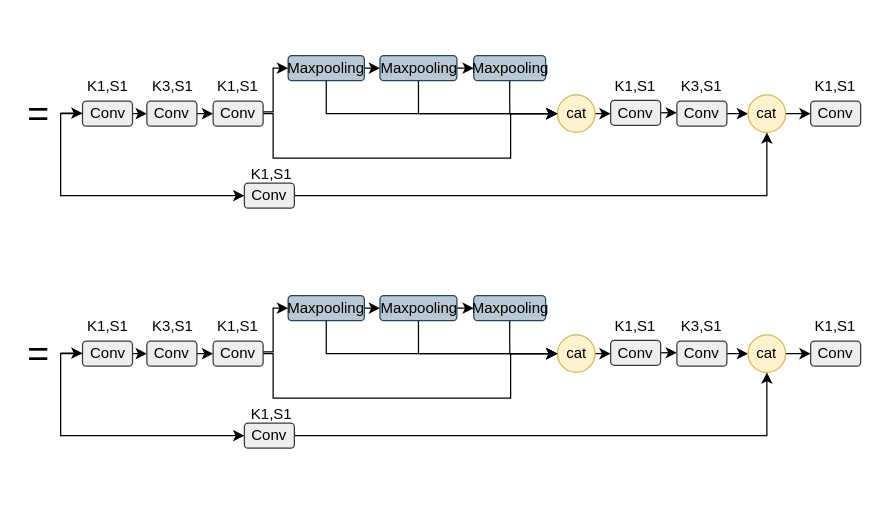
Earlier version of the draw.io diagram SPPFCSPC_SPPCSPC.drawio (YANGJUNYAN0715/papers). Source tidied: cells renumbered, new cells numbered last; positions are measured from the earlier drawing's top-left corner, leaving out a move shared by most shapes. Both pictures are drawn from the tidied source at 125%, with x=0, y=0 at pixel (21, 55).
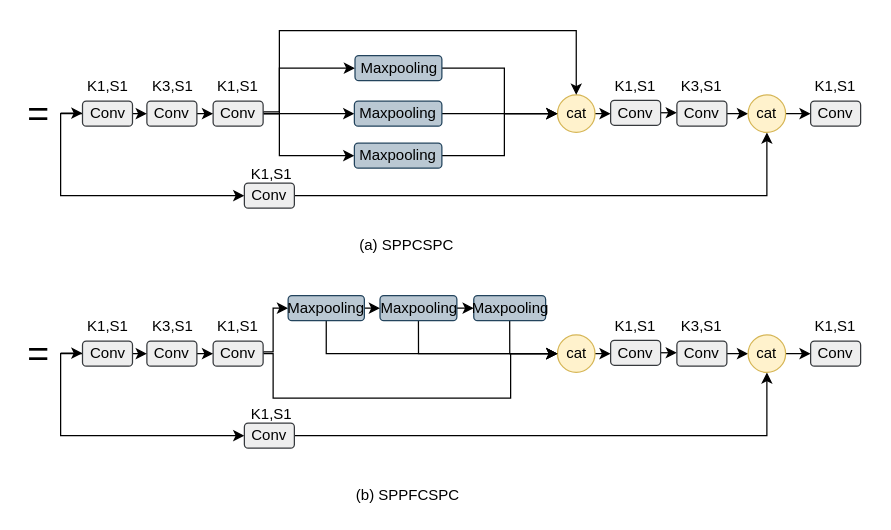
Above is the later version.

Unchanged cells that the change refers to:
```xml
<mxCell id="7" value="cat" style="ellipse;whiteSpace=wrap;html=1;rounded=1;fillColor=#fff2cc;strokeColor=#d6b656;" parent="1" vertex="1">
  <mxGeometry x="428.5" y="31.4" width="30" height="30" as="geometry" />
</mxCell>
<mxCell id="12" value="Conv" style="rounded=1;whiteSpace=wrap;html=1;fillColor=#eeeeee;strokeColor=#36393d;" parent="1" vertex="1">
  <mxGeometry x="153" y="36.4" width="40" height="20" as="geometry" />
</mxCell>
```

The edit, as a diff of the source:
```diff
@@
-    <mxCell id="8" style="edgeStyle=orthogonalEdgeStyle;rounded=0;jettySize=auto;html=1;exitX=0.5;exitY=1;exitDx=0;exitDy=0;entryX=0;entryY=0.5;entryDx=0;entryDy=0;" parent="1" edge="1" source="17" target="7">
+    <mxCell id="8" style="edgeStyle=orthogonalEdgeStyle;rounded=0;jettySize=auto;html=1;exitX=1;exitY=0.5;exitDx=0;exitDy=0;entryX=0;entryY=0.5;entryDx=0;entryDy=0;" parent="1" edge="1" source="17" target="7">
       <mxGeometry relative="1" as="geometry">
         <Array as="points">
-          <mxPoint x="390" y="46" />
+          <mxPoint x="386" y="80" />
+          <mxPoint x="386" y="46" />
         </Array>
       </mxGeometry>
     </mxCell>
@@
     <mxCell id="10" style="edgeStyle=orthogonalEdgeStyle;rounded=0;jettySize=auto;html=1;exitX=1;exitY=0.5;exitDx=0;exitDy=0;entryX=0;entryY=0.5;entryDx=0;entryDy=0;" parent="1" edge="1" source="12" target="23">
       <mxGeometry relative="1" as="geometry">
         <Array as="points">
           <mxPoint x="193" y="45" />
-          <mxPoint x="201" y="45" />
-          <mxPoint x="201" y="10" />
+          <mxPoint x="206" y="45" />
+          <mxPoint x="206" y="10" />
         </Array>
       </mxGeometry>
     </mxCell>
+    <mxCell id="74" style="edgeStyle=orthogonalEdgeStyle;rounded=0;jettySize=auto;html=1;exitX=1;exitY=0.5;exitDx=0;exitDy=0;entryX=0;entryY=0.5;entryDx=0;entryDy=0;" parent="1" edge="1" source="12" target="20">
+      <mxGeometry relative="1" as="geometry" />
+    </mxCell>
+    <mxCell id="75" style="edgeStyle=orthogonalEdgeStyle;rounded=0;jettySize=auto;html=1;exitX=1;exitY=0.5;exitDx=0;exitDy=0;entryX=0;entryY=0.5;entryDx=0;entryDy=0;" parent="1" edge="1" source="12" target="17">
+      <mxGeometry relative="1" as="geometry">
+        <Array as="points">
+          <mxPoint x="206" y="46" />
+          <mxPoint x="206" y="80" />
+        </Array>
+      </mxGeometry>
+    </mxCell>
-    <mxCell id="11" style="edgeStyle=orthogonalEdgeStyle;rounded=0;jettySize=auto;html=1;exitX=1;exitY=0.5;exitDx=0;exitDy=0;entryX=0;entryY=0.5;entryDx=0;entryDy=0;" parent="1" edge="1" source="12" target="7">
+    <mxCell id="11" style="edgeStyle=orthogonalEdgeStyle;rounded=0;jettySize=auto;html=1;exitX=1;exitY=0.5;exitDx=0;exitDy=0;entryX=0.5;entryY=0;entryDx=0;entryDy=0;" parent="1" edge="1" source="12" target="7">
       <mxGeometry relative="1" as="geometry">
         <Array as="points">
-          <mxPoint x="201" y="46" />
-          <mxPoint x="201" y="82" />
-          <mxPoint x="391" y="82" />
-          <mxPoint x="391" y="46" />
+          <mxPoint x="206" y="46" />
+          <mxPoint x="206" y="-20" />
+          <mxPoint x="444" y="-20" />
         </Array>
       </mxGeometry>
     </mxCell>
@@
     <mxCell id="17" value="Maxpooling" style="rounded=1;whiteSpace=wrap;html=1;fillColor=#bac8d3;strokeColor=#23445d;" parent="1" vertex="1">
-      <mxGeometry x="361.5" width="57.5" height="20" as="geometry" />
+      <mxGeometry x="266" y="70" width="70" height="20" as="geometry" />
     </mxCell>
-    <mxCell id="18" style="edgeStyle=orthogonalEdgeStyle;rounded=0;jettySize=auto;html=1;exitX=1;exitY=0.5;exitDx=0;exitDy=0;entryX=0;entryY=0.5;entryDx=0;entryDy=0;" parent="1" edge="1" source="20" target="17">
-      <mxGeometry relative="1" as="geometry" />
-    </mxCell>
-    <mxCell id="19" style="edgeStyle=orthogonalEdgeStyle;rounded=0;jettySize=auto;html=1;exitX=0.5;exitY=1;exitDx=0;exitDy=0;entryX=0;entryY=0.5;entryDx=0;entryDy=0;" parent="1" edge="1" source="20" target="7">
+    <mxCell id="19" style="edgeStyle=orthogonalEdgeStyle;rounded=0;jettySize=auto;html=1;exitX=1;exitY=0.5;exitDx=0;exitDy=0;entryX=0;entryY=0.5;entryDx=0;entryDy=0;" parent="1" edge="1" source="20" target="7">
       <mxGeometry relative="1" as="geometry" />
     </mxCell>
     <mxCell id="20" value="Maxpooling" style="rounded=1;whiteSpace=wrap;html=1;fillColor=#bac8d3;strokeColor=#23445d;" parent="1" vertex="1">
-      <mxGeometry x="286.5" width="61.5" height="20" as="geometry" />
+      <mxGeometry x="266" y="36.4" width="70" height="20" as="geometry" />
     </mxCell>
-    <mxCell id="21" style="edgeStyle=orthogonalEdgeStyle;rounded=0;jettySize=auto;html=1;exitX=1;exitY=0.5;exitDx=0;exitDy=0;entryX=0;entryY=0.5;entryDx=0;entryDy=0;" parent="1" edge="1" source="23" target="20">
-      <mxGeometry relative="1" as="geometry" />
-    </mxCell>
-    <mxCell id="22" style="edgeStyle=orthogonalEdgeStyle;rounded=0;jettySize=auto;html=1;exitX=0.5;exitY=1;exitDx=0;exitDy=0;entryX=0;entryY=0.5;entryDx=0;entryDy=0;" parent="1" edge="1" source="23" target="7">
-      <mxGeometry relative="1" as="geometry" />
+    <mxCell id="22" style="edgeStyle=orthogonalEdgeStyle;rounded=0;jettySize=auto;html=1;exitX=1;exitY=0.5;exitDx=0;exitDy=0;entryX=0;entryY=0.5;entryDx=0;entryDy=0;" parent="1" edge="1" source="23" target="7">
+      <mxGeometry relative="1" as="geometry">
+        <Array as="points">
+          <mxPoint x="386" y="10" />
+          <mxPoint x="386" y="46" />
+        </Array>
+      </mxGeometry>
     </mxCell>
     <mxCell id="23" value="Maxpooling" style="rounded=1;whiteSpace=wrap;html=1;fillColor=#bac8d3;strokeColor=#23445d;" parent="1" vertex="1">
-      <mxGeometry x="213" width="61" height="20" as="geometry" />
+      <mxGeometry x="266.5" width="69.5" height="20" as="geometry" />
     </mxCell>
@@
+    <mxCell id="76" value="(a) SPPCSPC" style="text;html=1;strokeColor=none;fillColor=none;align=center;verticalAlign=middle;whiteSpace=wrap;rounded=0;" parent="1" vertex="1">
+      <mxGeometry x="228" y="142" width="160" height="20" as="geometry" />
+    </mxCell>
+    <mxCell id="77" value="(b) SPPFCSPC" style="text;html=1;strokeColor=none;fillColor=none;align=center;verticalAlign=middle;whiteSpace=wrap;rounded=0;" parent="1" vertex="1">
+      <mxGeometry x="199" y="342" width="220" height="20" as="geometry" />
+    </mxCell>
```
